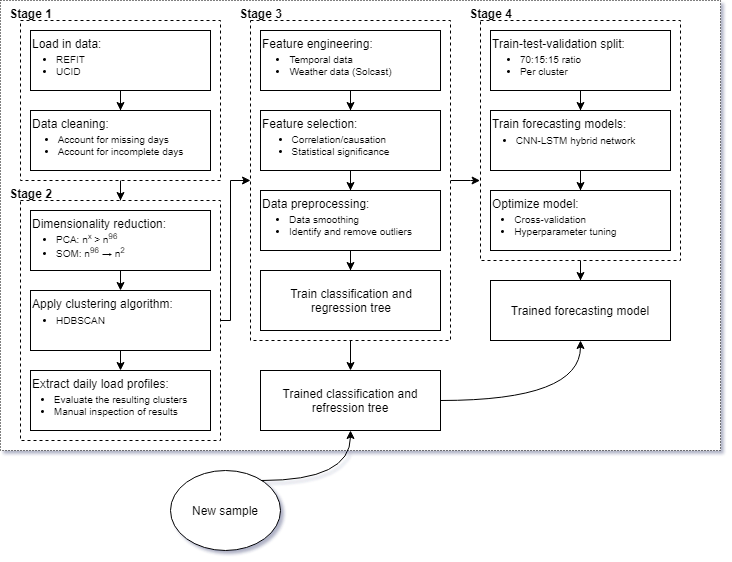
Before: Report/LaTeX source/Images/Chapter 6/Proposed-Model.png, a diagram exported from draw.io (rug-ds-lab/msc-thesis-s3877043-al-saudi-kareem). Source tidied: cells renumbered, new cells last; positions are measured from the earlier drawing's top-left corner, leaving out a move shared by most shapes.
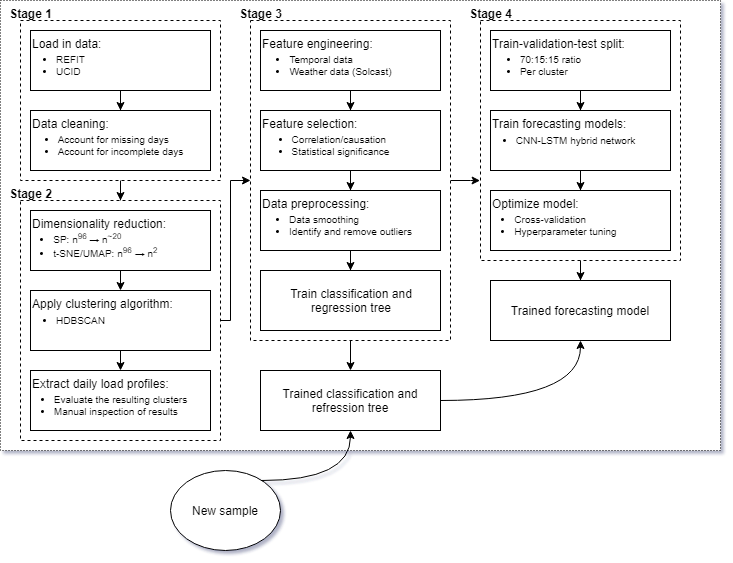
After the change.

Commit message:
Changes to diagram of proposed model to account for changes in the dimensionality reduction step.

Diff of the diagram source:
```diff
@@ -108,7 +108,7 @@
     <mxCell id="32" style="edgeStyle=orthogonalEdgeStyle;rounded=0;jettySize=auto;html=1;startArrow=none;startFill=0;endArrow=classic;endFill=1;" parent="1" edge="1" source="33" target="29">
       <mxGeometry relative="1" as="geometry" />
     </mxCell>
-    <mxCell id="33" value="&lt;font style=&quot;font-size: 12px&quot;&gt;Train-test-validation split:&lt;br&gt;&lt;/font&gt;" style="rounded=0;whiteSpace=wrap;html=1;align=left;verticalAlign=top;" parent="1" vertex="1">
+    <mxCell id="33" value="&lt;font style=&quot;font-size: 12px&quot;&gt;Train-validation-test split:&lt;br&gt;&lt;/font&gt;" style="rounded=0;whiteSpace=wrap;html=1;align=left;verticalAlign=top;" parent="1" vertex="1">
       <mxGeometry x="490" y="30" width="180" height="60" as="geometry" />
     </mxCell>
     <mxCell id="34" value="New sample" style="ellipse;whiteSpace=wrap;html=1;" parent="1" vertex="1">
@@ -140,8 +140,8 @@
         </Array>
       </mxGeometry>
     </mxCell>
-    <mxCell id="41" value="&lt;ul style=&quot;text-align: left ; font-size: 10px&quot;&gt;&lt;li&gt;PCA: n&lt;sup&gt;x&amp;nbsp;&lt;/sup&gt;&amp;gt; n&lt;sup&gt;96&lt;/sup&gt;&lt;/li&gt;&lt;li&gt;SOM: n&lt;sup&gt;96&lt;/sup&gt;&amp;nbsp;→ n&lt;sup&gt;2&lt;/sup&gt;&lt;/li&gt;&lt;/ul&gt;" style="text;html=1;align=center;verticalAlign=middle;" parent="1" vertex="1">
-      <mxGeometry x="10" y="215" width="120" height="60" as="geometry" />
+    <mxCell id="41" value="&lt;ul style=&quot;text-align: left ; font-size: 10px&quot;&gt;&lt;li&gt;SP: n&lt;sup&gt;96&amp;nbsp;&lt;/sup&gt;→ n&lt;sup&gt;~20&lt;/sup&gt;&lt;/li&gt;&lt;li&gt;t-SNE/UMAP: n&lt;sup&gt;96&lt;/sup&gt;&amp;nbsp;→ n&lt;sup&gt;2&lt;/sup&gt;&lt;/li&gt;&lt;/ul&gt;" style="text;html=1;align=center;verticalAlign=middle;" parent="1" vertex="1">
+      <mxGeometry x="5" y="215" width="160" height="60" as="geometry" />
     </mxCell>
     <mxCell id="42" value="&lt;ul style=&quot;text-align: left ; font-size: 10px&quot;&gt;&lt;li&gt;HDBSCAN&lt;/li&gt;&lt;/ul&gt;" style="text;html=1;align=center;verticalAlign=middle;" parent="1" vertex="1">
       <mxGeometry x="10" y="300" width="100" height="40" as="geometry" />
```
